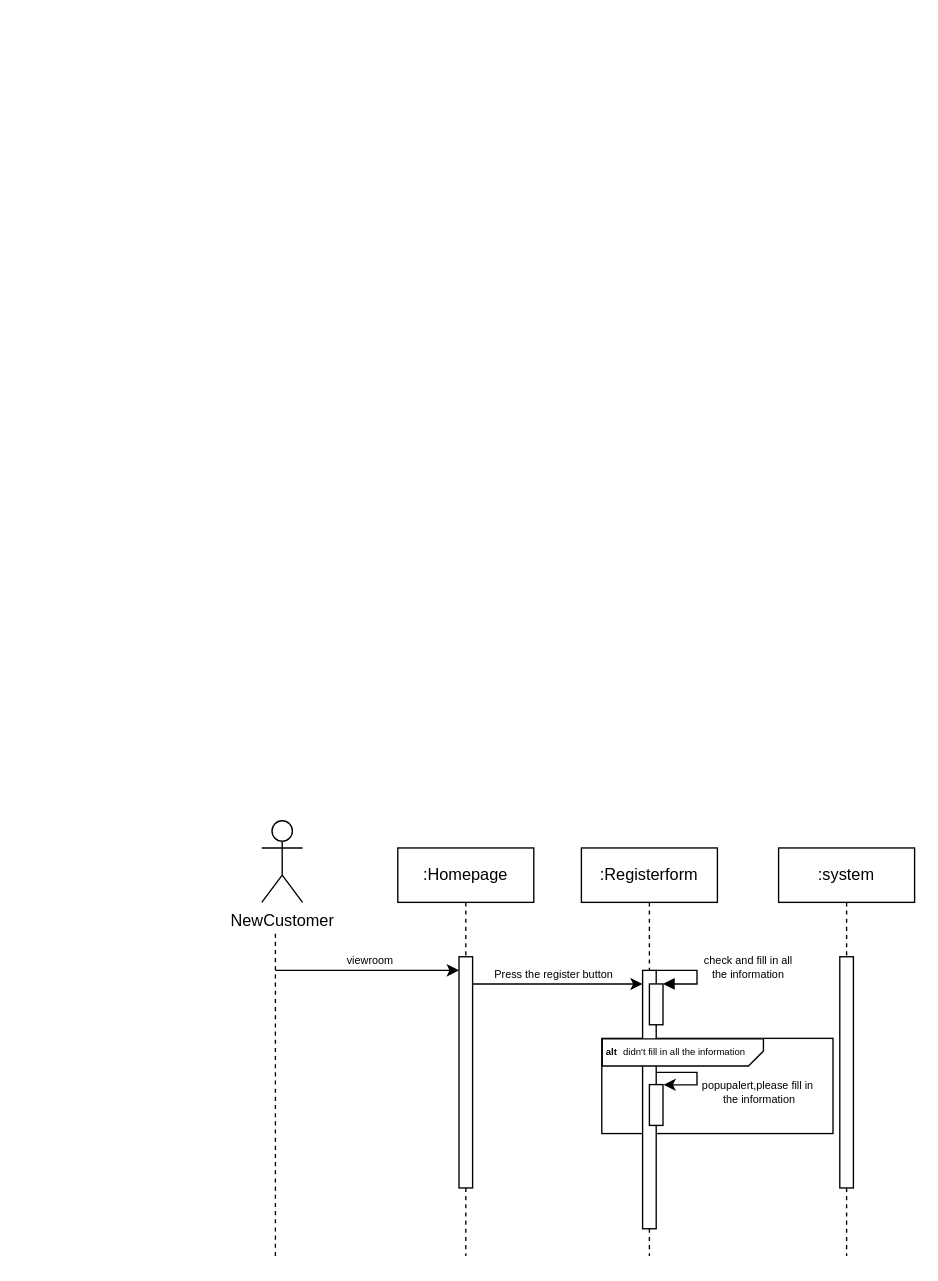
Yaya25aom/bookhotel keeps this draw.io diagram as se.drawio. Above is the earlier version. Source tidied: cells renumbered, new cells numbered last; positions are measured from the earlier drawing's top-left corner, leaving out a move shared by most shapes. Both pictures are drawn from the tidied source at 136%, with x=0, y=0 at pixel (261, 820).
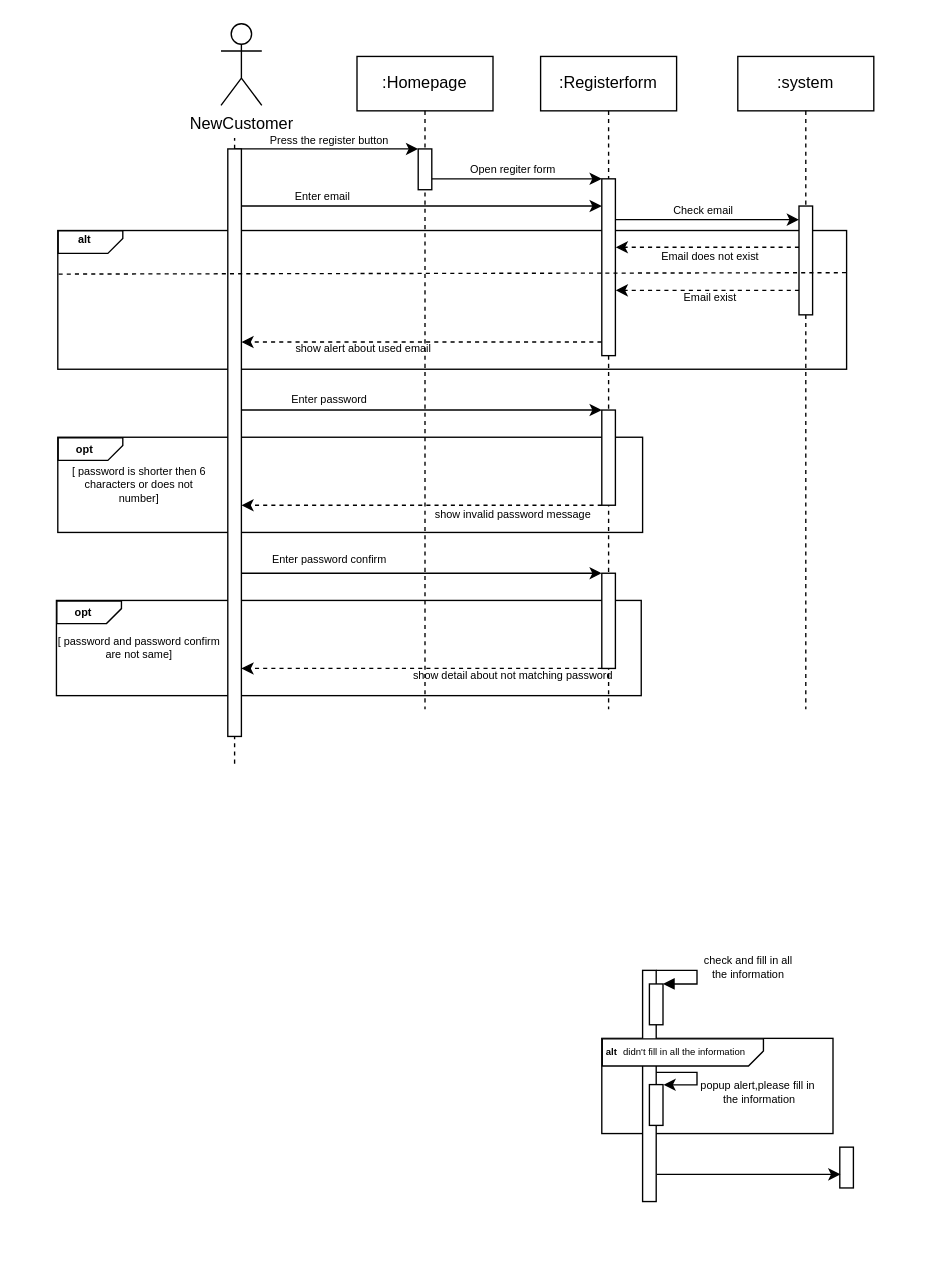
Above is the later version.

Change to the diagram source:
```diff
@@
+    <mxCell id="24" style="rounded=0;whiteSpace=wrap;html=1;" parent="1" vertex="1">
+      <mxGeometry x="-151" y="-162" width="430" height="70" as="geometry" />
+    </mxCell>
+    <mxCell id="25" style="rounded=0;whiteSpace=wrap;html=1;" parent="1" vertex="1">
+      <mxGeometry x="-150" y="-282" width="430" height="70" as="geometry" />
+    </mxCell>
+    <mxCell id="26" style="rounded=0;whiteSpace=wrap;html=1;" parent="1" vertex="1">
+      <mxGeometry x="-150" y="-434" width="580" height="102" as="geometry" />
+    </mxCell>
+    <mxCell id="3" value=":Registerform" style="shape=umlLifeline;perimeter=lifelinePerimeter;whiteSpace=wrap;html=1;newEdgeStyle={&quot;edgeStyle&quot;:&quot;elbowEdgeStyle&quot;,&quot;elbow&quot;:&quot;vertical&quot;,&quot;curved&quot;:0,&quot;rounded&quot;:0};" parent="1" vertex="1">
+      <mxGeometry x="205" y="-562" width="100" height="480" as="geometry" />
+    </mxCell>
+    <mxCell id="27" style="html=1;points=[];perimeter=orthogonalPerimeter;outlineConnect=0;targetShapes=umlLifeline;portConstraint=eastwest;newEdgeStyle={&quot;edgeStyle&quot;:&quot;elbowEdgeStyle&quot;,&quot;elbow&quot;:&quot;vertical&quot;,&quot;curved&quot;:0,&quot;rounded&quot;:0};" parent="3" vertex="1">
+      <mxGeometry x="45" y="90" width="10" height="130" as="geometry" />
+    </mxCell>
+    <mxCell id="28" style="html=1;points=[];perimeter=orthogonalPerimeter;outlineConnect=0;targetShapes=umlLifeline;portConstraint=eastwest;newEdgeStyle={&quot;edgeStyle&quot;:&quot;elbowEdgeStyle&quot;,&quot;elbow&quot;:&quot;vertical&quot;,&quot;curved&quot;:0,&quot;rounded&quot;:0};" parent="3" vertex="1">
+      <mxGeometry x="45" y="260" width="10" height="70" as="geometry" />
+    </mxCell>
+    <mxCell id="29" style="html=1;points=[];perimeter=orthogonalPerimeter;outlineConnect=0;targetShapes=umlLifeline;portConstraint=eastwest;newEdgeStyle={&quot;edgeStyle&quot;:&quot;elbowEdgeStyle&quot;,&quot;elbow&quot;:&quot;vertical&quot;,&quot;curved&quot;:0,&quot;rounded&quot;:0};" parent="3" vertex="1">
+      <mxGeometry x="45" y="380" width="10" height="70" as="geometry" />
+    </mxCell>
+    <mxCell id="7" value=":system" style="shape=umlLifeline;perimeter=lifelinePerimeter;whiteSpace=wrap;html=1;newEdgeStyle={&quot;edgeStyle&quot;:&quot;elbowEdgeStyle&quot;,&quot;elbow&quot;:&quot;vertical&quot;,&quot;curved&quot;:0,&quot;rounded&quot;:0};" parent="1" vertex="1">
+      <mxGeometry x="350" y="-562" width="100" height="480" as="geometry" />
+    </mxCell>
+    <mxCell id="30" style="html=1;perimeter=orthogonalPerimeter;targetShapes=umlLifeline;newEdgeStyle={&quot;edgeStyle&quot;:&quot;elbowEdgeStyle&quot;,&quot;elbow&quot;:&quot;vertical&quot;,&quot;curved&quot;:0,&quot;rounded&quot;:0};" parent="7" vertex="1">
+      <mxGeometry x="45" y="110" width="10" height="80" as="geometry" />
+    </mxCell>
+    <mxCell id="9" value="NewCustomer" style="shape=umlActor;verticalLabelPosition=bottom;verticalAlign=top;html=1;" parent="1" vertex="1">
+      <mxGeometry x="-30" y="-586" width="30" height="60" as="geometry" />
+    </mxCell>
+    <mxCell id="10" style="endArrow=none;html=1;rounded=0;dashed=1;" parent="1" edge="1" source="35">
+      <mxGeometry relative="1" as="geometry">
+        <mxPoint x="-20" y="-502" as="targetPoint" />
+      </mxGeometry>
+    </mxCell>
+    <mxCell id="12" value="Open regiter form" style="text;align=center;verticalAlign=middle;strokeColor=none;fillColor=none;fontSize=8;" parent="1" vertex="1">
+      <mxGeometry x="135" y="-494" width="100" height="30" as="geometry" />
+    </mxCell>
+    <mxCell id="16" style="endArrow=classic;html=1;rounded=0;" parent="1" edge="1">
+      <mxGeometry relative="1" as="geometry">
+        <mxPoint x="-20" y="-494" as="sourcePoint" />
+        <mxPoint x="115" y="-494" as="targetPoint" />
+      </mxGeometry>
+    </mxCell>
+    <mxCell id="31" value="Press the register button" style="text;align=center;verticalAlign=middle;strokeColor=none;fillColor=none;fontSize=8;" parent="1" vertex="1">
+      <mxGeometry x="-15" y="-515" width="130" height="30" as="geometry" />
+    </mxCell>
@@
-    <mxCell id="3" value=":Registerform" style="shape=umlLifeline;perimeter=lifelinePerimeter;whiteSpace=wrap;html=1;newEdgeStyle={&quot;edgeStyle&quot;:&quot;elbowEdgeStyle&quot;,&quot;elbow&quot;:&quot;vertical&quot;,&quot;curved&quot;:0,&quot;rounded&quot;:0};" parent="1" vertex="1">
-      <mxGeometry x="235" y="20" width="100" height="300" as="geometry" />
-    </mxCell>
-    <mxCell id="4" style="html=1;points=[];perimeter=orthogonalPerimeter;outlineConnect=0;targetShapes=umlLifeline;portConstraint=eastwest;newEdgeStyle={&quot;edgeStyle&quot;:&quot;elbowEdgeStyle&quot;,&quot;elbow&quot;:&quot;vertical&quot;,&quot;curved&quot;:0,&quot;rounded&quot;:0};" parent="3" vertex="1">
-      <mxGeometry x="45" y="90" width="10" height="190" as="geometry" />
+    <mxCell id="4" style="html=1;points=[];perimeter=orthogonalPerimeter;outlineConnect=0;targetShapes=umlLifeline;portConstraint=eastwest;newEdgeStyle={&quot;edgeStyle&quot;:&quot;elbowEdgeStyle&quot;,&quot;elbow&quot;:&quot;vertical&quot;,&quot;curved&quot;:0,&quot;rounded&quot;:0};" parent="1" vertex="1">
+      <mxGeometry x="280" y="110" width="10" height="170" as="geometry" />
     </mxCell>
-    <mxCell id="5" style="html=1;perimeter=orthogonalPerimeter;targetShapes=umlLifeline;newEdgeStyle={&quot;edgeStyle&quot;:&quot;elbowEdgeStyle&quot;,&quot;elbow&quot;:&quot;vertical&quot;,&quot;curved&quot;:0,&quot;rounded&quot;:0};" parent="3" vertex="1">
-      <mxGeometry x="50" y="100" width="10" height="30" as="geometry" />
+    <mxCell id="5" style="html=1;perimeter=orthogonalPerimeter;targetShapes=umlLifeline;newEdgeStyle={&quot;edgeStyle&quot;:&quot;elbowEdgeStyle&quot;,&quot;elbow&quot;:&quot;vertical&quot;,&quot;curved&quot;:0,&quot;rounded&quot;:0};" parent="1" vertex="1">
+      <mxGeometry x="285" y="120" width="10" height="30" as="geometry" />
     </mxCell>
-    <mxCell id="6" style="html=1;verticalAlign=bottom;endArrow=block;edgeStyle=orthogonalEdgeStyle;elbow=vertical;rounded=0;" parent="3" edge="1">
+    <mxCell id="6" style="html=1;verticalAlign=bottom;endArrow=block;edgeStyle=orthogonalEdgeStyle;elbow=vertical;rounded=0;" parent="1" edge="1">
       <mxGeometry relative="1" as="geometry">
-        <mxPoint x="55" y="90" as="sourcePoint" />
-        <mxPoint x="60" y="100" as="targetPoint" />
+        <mxPoint x="290" y="110" as="sourcePoint" />
+        <mxPoint x="295" y="120" as="targetPoint" />
         <Array as="points">
-          <mxPoint x="55" y="90" />
-          <mxPoint x="85" y="90" />
-          <mxPoint x="85" y="100" />
+          <mxPoint x="290" y="110" />
+          <mxPoint x="320" y="110" />
+          <mxPoint x="320" y="120" />
         </Array>
       </mxGeometry>
     </mxCell>
-    <mxCell id="7" value=":system" style="shape=umlLifeline;perimeter=lifelinePerimeter;whiteSpace=wrap;html=1;newEdgeStyle={&quot;edgeStyle&quot;:&quot;elbowEdgeStyle&quot;,&quot;elbow&quot;:&quot;vertical&quot;,&quot;curved&quot;:0,&quot;rounded&quot;:0};" parent="1" vertex="1">
-      <mxGeometry x="380" y="20" width="100" height="300" as="geometry" />
-    </mxCell>
-    <mxCell id="8" style="html=1;perimeter=orthogonalPerimeter;targetShapes=umlLifeline;newEdgeStyle={&quot;edgeStyle&quot;:&quot;elbowEdgeStyle&quot;,&quot;elbow&quot;:&quot;vertical&quot;,&quot;curved&quot;:0,&quot;rounded&quot;:0};" parent="7" vertex="1">
-      <mxGeometry x="45" y="80" width="10" height="170" as="geometry" />
+    <mxCell id="8" style="html=1;perimeter=orthogonalPerimeter;targetShapes=umlLifeline;newEdgeStyle={&quot;edgeStyle&quot;:&quot;elbowEdgeStyle&quot;,&quot;elbow&quot;:&quot;vertical&quot;,&quot;curved&quot;:0,&quot;rounded&quot;:0};" parent="1" vertex="1">
+      <mxGeometry x="425" y="240" width="10" height="30" as="geometry" />
     </mxCell>
-    <mxCell id="9" value="NewCustomer" style="shape=umlActor;verticalLabelPosition=bottom;verticalAlign=top;html=1;" parent="1" vertex="1">
-      <mxGeometry width="30" height="60" as="geometry" />
-    </mxCell>
-    <mxCell id="10" style="endArrow=none;html=1;rounded=0;dashed=1;" parent="1" edge="1">
-      <mxGeometry relative="1" as="geometry">
-        <mxPoint x="10" y="320" as="sourcePoint" />
-        <mxPoint x="10" y="80" as="targetPoint" />
-      </mxGeometry>
-    </mxCell>
-    <mxCell id="11" style="endArrow=classic;html=1;rounded=0;" parent="1" edge="1" target="4">
-      <mxGeometry relative="1" as="geometry">
-        <mxPoint x="150" y="120" as="sourcePoint" />
-      </mxGeometry>
-    </mxCell>
-    <mxCell id="12" value="Press the register button" style="text;align=center;verticalAlign=middle;strokeColor=none;fillColor=none;fontSize=8;" parent="1" vertex="1">
-      <mxGeometry x="150" y="98" width="130" height="30" as="geometry" />
-    </mxCell>
@@
-    <mxCell id="14" value=":Homepage" style="shape=umlLifeline;perimeter=lifelinePerimeter;whiteSpace=wrap;html=1;newEdgeStyle={&quot;edgeStyle&quot;:&quot;elbowEdgeStyle&quot;,&quot;elbow&quot;:&quot;vertical&quot;,&quot;curved&quot;:0,&quot;rounded&quot;:0};" parent="1" vertex="1">
-      <mxGeometry x="100" y="20" width="100" height="300" as="geometry" />
-    </mxCell>
-    <mxCell id="15" style="html=1;points=[];perimeter=orthogonalPerimeter;outlineConnect=0;targetShapes=umlLifeline;portConstraint=eastwest;newEdgeStyle={&quot;edgeStyle&quot;:&quot;elbowEdgeStyle&quot;,&quot;elbow&quot;:&quot;vertical&quot;,&quot;curved&quot;:0,&quot;rounded&quot;:0};" parent="14" vertex="1">
-      <mxGeometry x="45" y="80" width="10" height="170" as="geometry" />
-    </mxCell>
-    <mxCell id="16" style="endArrow=classic;html=1;rounded=0;" parent="1" edge="1" target="15">
-      <mxGeometry relative="1" as="geometry">
-        <mxPoint x="10" y="110" as="sourcePoint" />
-      </mxGeometry>
-    </mxCell>
-    <mxCell id="17" value="viewroom" style="text;align=center;verticalAlign=middle;strokeColor=none;fillColor=none;fontSize=8;" parent="1" vertex="1">
-      <mxGeometry x="45" y="88" width="70" height="30" as="geometry" />
-    </mxCell>
@@
-    <mxCell id="23" value="popupalert,please fill in&#10; the information" style="text;strokeColor=none;fillColor=none;align=center;verticalAlign=middle;rounded=0;fontSize=8;" parent="1" vertex="1">
+    <mxCell id="23" value="popup alert,please fill in&#10; the information" style="text;strokeColor=none;fillColor=none;align=center;verticalAlign=middle;rounded=0;fontSize=8;" parent="1" vertex="1">
       <mxGeometry x="335" y="185" width="60" height="30" as="geometry" />
     </mxCell>
+    <mxCell id="32" style="endArrow=classic;html=1;rounded=0;" parent="1" edge="1">
+      <mxGeometry relative="1" as="geometry">
+        <mxPoint x="290.5" y="260" as="sourcePoint" />
+        <mxPoint x="425.5" y="260" as="targetPoint" />
+      </mxGeometry>
+    </mxCell>
+    <mxCell id="33" style="endArrow=classic;html=1;rounded=0;" parent="1" edge="1" source="15" target="27">
+      <mxGeometry relative="1" as="geometry" />
+    </mxCell>
+    <mxCell id="34" style="endArrow=none;html=1;rounded=0;dashed=1;" parent="1" edge="1" target="35">
+      <mxGeometry relative="1" as="geometry">
+        <mxPoint x="-20" y="-42" as="sourcePoint" />
+      </mxGeometry>
+    </mxCell>
+    <mxCell id="35" style="html=1;points=[];perimeter=orthogonalPerimeter;outlineConnect=0;targetShapes=umlLifeline;portConstraint=eastwest;newEdgeStyle={&quot;edgeStyle&quot;:&quot;elbowEdgeStyle&quot;,&quot;elbow&quot;:&quot;vertical&quot;,&quot;curved&quot;:0,&quot;rounded&quot;:0};" parent="1" vertex="1">
+      <mxGeometry x="-25" y="-494" width="10" height="432" as="geometry" />
+    </mxCell>
+    <mxCell id="36" style="endArrow=classic;html=1;rounded=0;" parent="1" edge="1">
+      <mxGeometry relative="1" as="geometry">
+        <mxPoint x="-15" y="-452" as="sourcePoint" />
+        <mxPoint x="250" y="-452" as="targetPoint" />
+      </mxGeometry>
+    </mxCell>
+    <mxCell id="37" value="Enter email" style="text;align=center;verticalAlign=middle;strokeColor=none;fillColor=none;fontSize=8;" parent="1" vertex="1">
+      <mxGeometry x="10" y="-474" width="70" height="30" as="geometry" />
+    </mxCell>
+    <mxCell id="38" style="endArrow=classic;html=1;rounded=0;" parent="1" edge="1">
+      <mxGeometry relative="1" as="geometry">
+        <mxPoint x="260" y="-442" as="sourcePoint" />
+        <mxPoint x="395" y="-442" as="targetPoint" />
+      </mxGeometry>
+    </mxCell>
+    <mxCell id="39" value="Check email" style="text;align=center;verticalAlign=middle;strokeColor=none;fillColor=none;fontSize=8;" parent="1" vertex="1">
+      <mxGeometry x="285" y="-464" width="80" height="30" as="geometry" />
+    </mxCell>
+    <mxCell id="40" style="shape=card;whiteSpace=wrap;html=1;direction=east;rotation=90;flipV=0;flipH=1;size=11;" parent="1" vertex="1">
+      <mxGeometry x="-134.2" y="-449.2" width="16.5" height="47.5" as="geometry" />
+    </mxCell>
+    <mxCell id="41" value="alt" style="text;strokeColor=none;fillColor=none;align=center;verticalAlign=middle;rounded=0;fontSize=8;fontStyle=1;" parent="1" vertex="1">
+      <mxGeometry x="-150" y="-442" width="40" height="30" as="geometry" />
+    </mxCell>
+    <mxCell id="42" style="endArrow=classic;html=1;rounded=0;entryX=1.02;entryY=0.273;entryDx=0;entryDy=0;entryPerimeter=0;dashed=1;" parent="1" edge="1">
+      <mxGeometry relative="1" as="geometry">
+        <mxPoint x="395" y="-421.7" as="sourcePoint" />
+        <mxPoint x="260.2" y="-421.7" as="targetPoint" />
+      </mxGeometry>
+    </mxCell>
+    <mxCell id="43" value="Email does not exist" style="text;align=center;verticalAlign=middle;strokeColor=none;fillColor=none;fontSize=8;" parent="1" vertex="1">
+      <mxGeometry x="275" y="-429.8" width="110" height="30" as="geometry" />
+    </mxCell>
+    <mxCell id="44" style="endArrow=none;html=1;rounded=0;entryX=1;entryY=0.5;entryDx=0;entryDy=0;dashed=1;exitX=0.001;exitY=0.314;exitDx=0;exitDy=0;exitPerimeter=0;" parent="1" edge="1" source="26">
+      <mxGeometry relative="1" as="geometry">
+        <mxPoint x="430" y="-403" as="targetPoint" />
+      </mxGeometry>
+    </mxCell>
+    <mxCell id="45" style="endArrow=classic;html=1;rounded=0;entryX=1.02;entryY=0.273;entryDx=0;entryDy=0;entryPerimeter=0;dashed=1;" parent="1" edge="1">
+      <mxGeometry relative="1" as="geometry">
+        <mxPoint x="395" y="-390" as="sourcePoint" />
+        <mxPoint x="260.2" y="-390" as="targetPoint" />
+      </mxGeometry>
+    </mxCell>
+    <mxCell id="46" value="Email exist" style="text;align=center;verticalAlign=middle;strokeColor=none;fillColor=none;fontSize=8;" parent="1" vertex="1">
+      <mxGeometry x="295" y="-399.8" width="70" height="30" as="geometry" />
+    </mxCell>
+    <mxCell id="47" style="endArrow=classic;html=1;rounded=0;dashed=1;" parent="1" edge="1" target="35">
+      <mxGeometry relative="1" as="geometry">
+        <mxPoint x="249.8" y="-352" as="sourcePoint" />
+      </mxGeometry>
+    </mxCell>
+    <mxCell id="14" value=":Homepage" style="shape=umlLifeline;perimeter=lifelinePerimeter;whiteSpace=wrap;html=1;newEdgeStyle={&quot;edgeStyle&quot;:&quot;elbowEdgeStyle&quot;,&quot;elbow&quot;:&quot;vertical&quot;,&quot;curved&quot;:0,&quot;rounded&quot;:0};" parent="1" vertex="1">
+      <mxGeometry x="70" y="-562" width="100" height="480" as="geometry" />
+    </mxCell>
+    <mxCell id="15" style="html=1;points=[];perimeter=orthogonalPerimeter;outlineConnect=0;targetShapes=umlLifeline;portConstraint=eastwest;newEdgeStyle={&quot;edgeStyle&quot;:&quot;elbowEdgeStyle&quot;,&quot;elbow&quot;:&quot;vertical&quot;,&quot;curved&quot;:0,&quot;rounded&quot;:0};" parent="14" vertex="1">
+      <mxGeometry x="45" y="68" width="10" height="30" as="geometry" />
+    </mxCell>
+    <mxCell id="48" value="show alert about used email" style="text;align=center;verticalAlign=middle;strokeColor=none;fillColor=none;fontSize=8;" parent="1" vertex="1">
+      <mxGeometry y="-362" width="150" height="30" as="geometry" />
+    </mxCell>
+    <mxCell id="49" style="endArrow=classic;html=1;rounded=0;" parent="1" edge="1">
+      <mxGeometry relative="1" as="geometry">
+        <mxPoint x="-15" y="-302" as="sourcePoint" />
+        <mxPoint x="250" y="-302" as="targetPoint" />
+      </mxGeometry>
+    </mxCell>
+    <mxCell id="50" value="Enter password" style="text;align=center;verticalAlign=middle;strokeColor=none;fillColor=none;fontSize=8;" parent="1" vertex="1">
+      <mxGeometry x="5" y="-325" width="90" height="30" as="geometry" />
+    </mxCell>
+    <mxCell id="51" value="&amp;nbsp;" style="text;html=1;strokeColor=none;fillColor=none;align=center;verticalAlign=middle;whiteSpace=wrap;rounded=0;" parent="1" vertex="1">
+      <mxGeometry x="145" y="-325" width="60" height="30" as="geometry" />
+    </mxCell>
+    <mxCell id="52" style="shape=card;whiteSpace=wrap;html=1;direction=east;rotation=90;flipV=0;flipH=1;size=11;" parent="1" vertex="1">
+      <mxGeometry x="-134.2" y="-297" width="16.5" height="47.5" as="geometry" />
+    </mxCell>
+    <mxCell id="53" value="opt" style="text;strokeColor=none;fillColor=none;align=center;verticalAlign=middle;rounded=0;fontSize=8;fontStyle=1;" parent="1" vertex="1">
+      <mxGeometry x="-150" y="-288.2" width="40" height="30" as="geometry" />
+    </mxCell>
+    <mxCell id="54" style="endArrow=classic;html=1;rounded=0;exitX=0;exitY=1;exitDx=0;exitDy=0;exitPerimeter=0;dashed=1;" parent="1" edge="1" source="28" target="35">
+      <mxGeometry relative="1" as="geometry" />
+    </mxCell>
+    <mxCell id="55" value="[ password is shorter then 6 &#10;characters or does not &#10;number]" style="text;align=center;verticalAlign=middle;strokeColor=none;fillColor=none;fontSize=8;" parent="1" vertex="1">
+      <mxGeometry x="-165" y="-272" width="150" height="50" as="geometry" />
+    </mxCell>
+    <mxCell id="56" value="show invalid password message" style="text;align=center;verticalAlign=middle;strokeColor=none;fillColor=none;fontSize=8;" parent="1" vertex="1">
+      <mxGeometry x="100" y="-240" width="170" height="30" as="geometry" />
+    </mxCell>
+    <mxCell id="57" style="endArrow=classic;html=1;rounded=0;" parent="1" edge="1" source="35" target="29">
+      <mxGeometry relative="1" as="geometry" />
+    </mxCell>
+    <mxCell id="58" value="Enter password confirm" style="text;align=center;verticalAlign=middle;strokeColor=none;fillColor=none;fontSize=8;" parent="1" vertex="1">
+      <mxGeometry x="-15" y="-207" width="130" height="30" as="geometry" />
+    </mxCell>
+    <mxCell id="59" style="endArrow=classic;html=1;rounded=0;exitX=0;exitY=1;exitDx=0;exitDy=0;exitPerimeter=0;dashed=1;" parent="1" edge="1">
+      <mxGeometry relative="1" as="geometry">
+        <mxPoint x="250" y="-112" as="sourcePoint" />
+        <mxPoint x="-15" y="-112" as="targetPoint" />
+      </mxGeometry>
+    </mxCell>
+    <mxCell id="60" value="show detail about not matching password" style="text;align=center;verticalAlign=middle;strokeColor=none;fillColor=none;fontSize=8;" parent="1" vertex="1">
+      <mxGeometry x="80" y="-122" width="210" height="30" as="geometry" />
+    </mxCell>
+    <mxCell id="61" style="shape=card;whiteSpace=wrap;html=1;direction=east;rotation=90;flipV=0;flipH=1;size=11;" parent="1" vertex="1">
+      <mxGeometry x="-135.2" y="-177" width="16.5" height="47.5" as="geometry" />
+    </mxCell>
+    <mxCell id="62" value="opt" style="text;strokeColor=none;fillColor=none;align=center;verticalAlign=middle;rounded=0;fontSize=8;fontStyle=1;" parent="1" vertex="1">
+      <mxGeometry x="-151" y="-168.2" width="40" height="30" as="geometry" />
+    </mxCell>
+    <mxCell id="63" value="[ password and password confirm &#10;are not same]" style="text;align=center;verticalAlign=middle;strokeColor=none;fillColor=none;fontSize=8;" parent="1" vertex="1">
+      <mxGeometry x="-175" y="-147" width="170" height="40" as="geometry" />
+    </mxCell>
```
